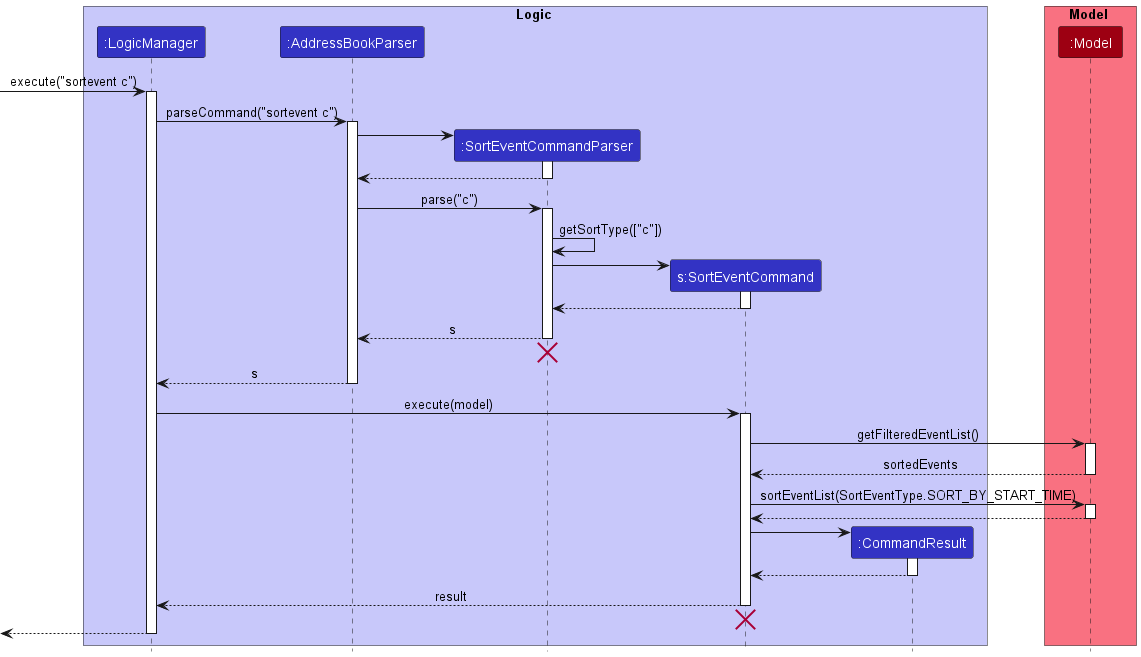
nus-cs2103-AY2223S2/tp keeps this PlantUML diagram as docs/images/SortEventSequenceDiagram.png. Above is the earlier version.
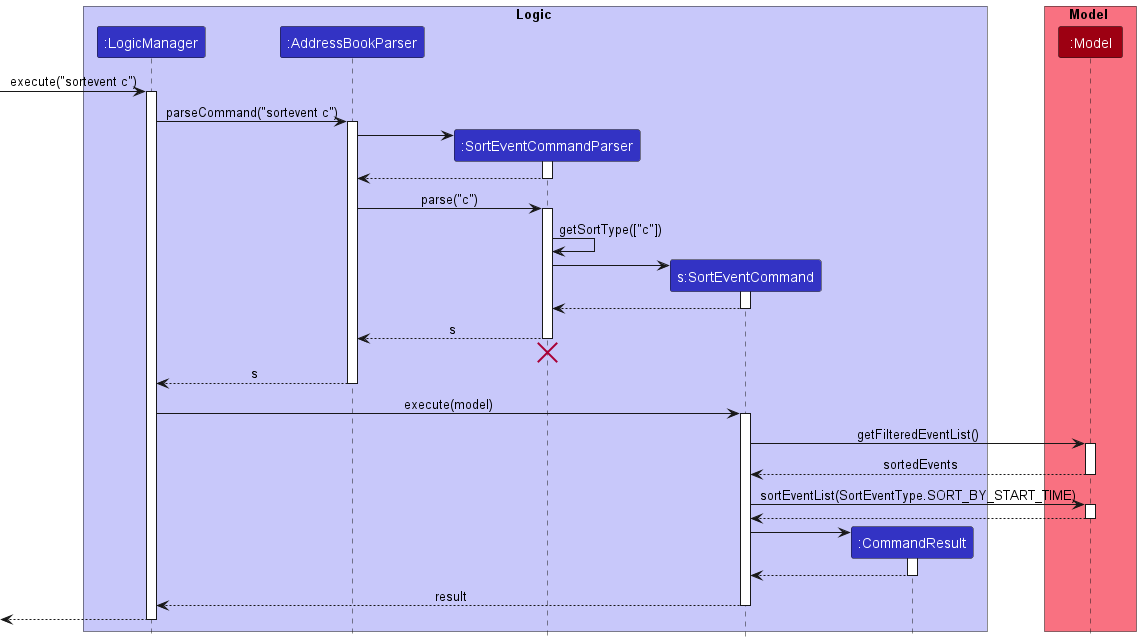
After the change.

Commit message:
Remove destroy symbol for ListEvContactSequenceDiagram

The edit, as a diff of the source:
```diff
@@ -59,8 +59,6 @@
 deactivate CommandResult
 SortEventCommand --> LogicManager : result
 deactivate SortEventCommand
-SortEventCommand -[hidden]-> LogicManager
-destroy SortEventCommand
 
 [<--LogicManager
 deactivate LogicManager
```
